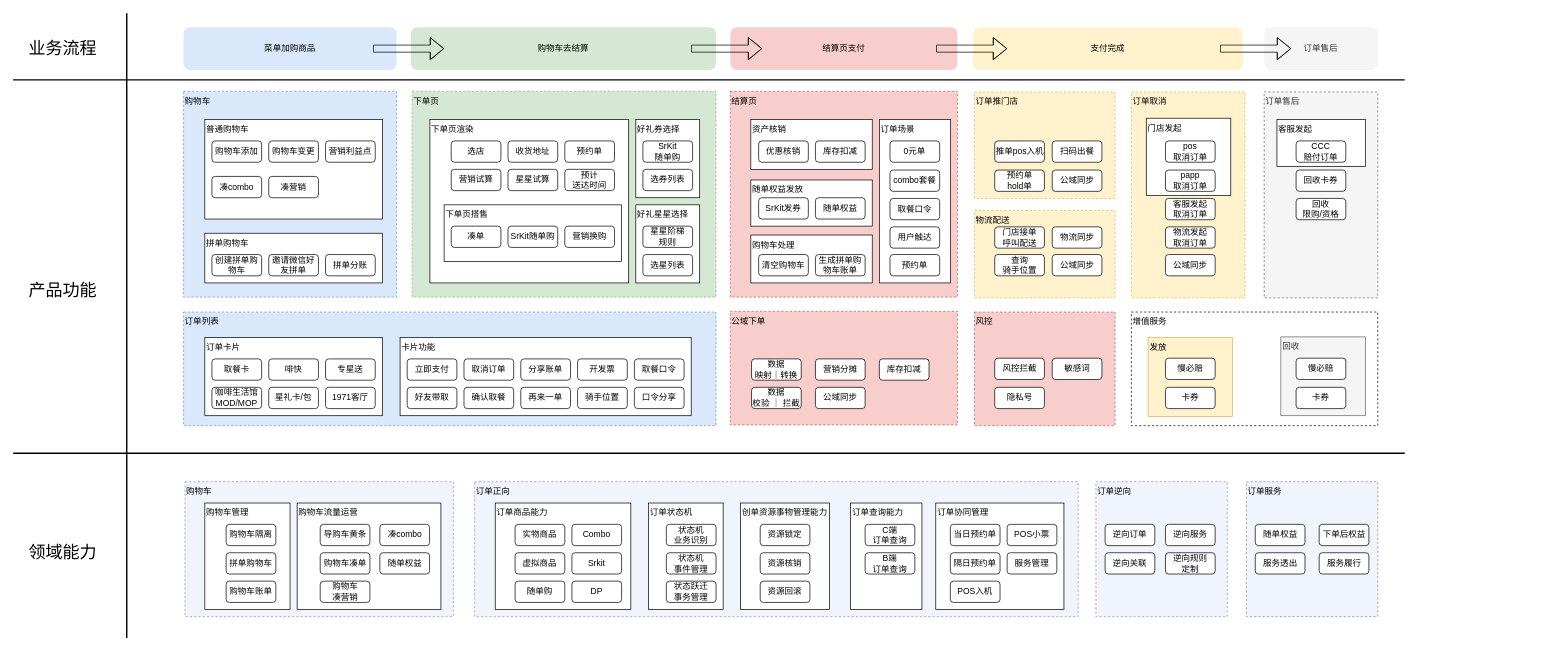
The draw.io diagram page "业务架构" (1 of 5) of OMS2.0业务架构.drawio in alexzhang2015/PC2.0, before the edit. Source tidied: cells renumbered, new cells numbered last; positions are measured from the earlier drawing's top-left corner, leaving out a move shared by most shapes. Both pictures are drawn from the tidied source at 71%, with x=0, y=0 at pixel (13, 13).
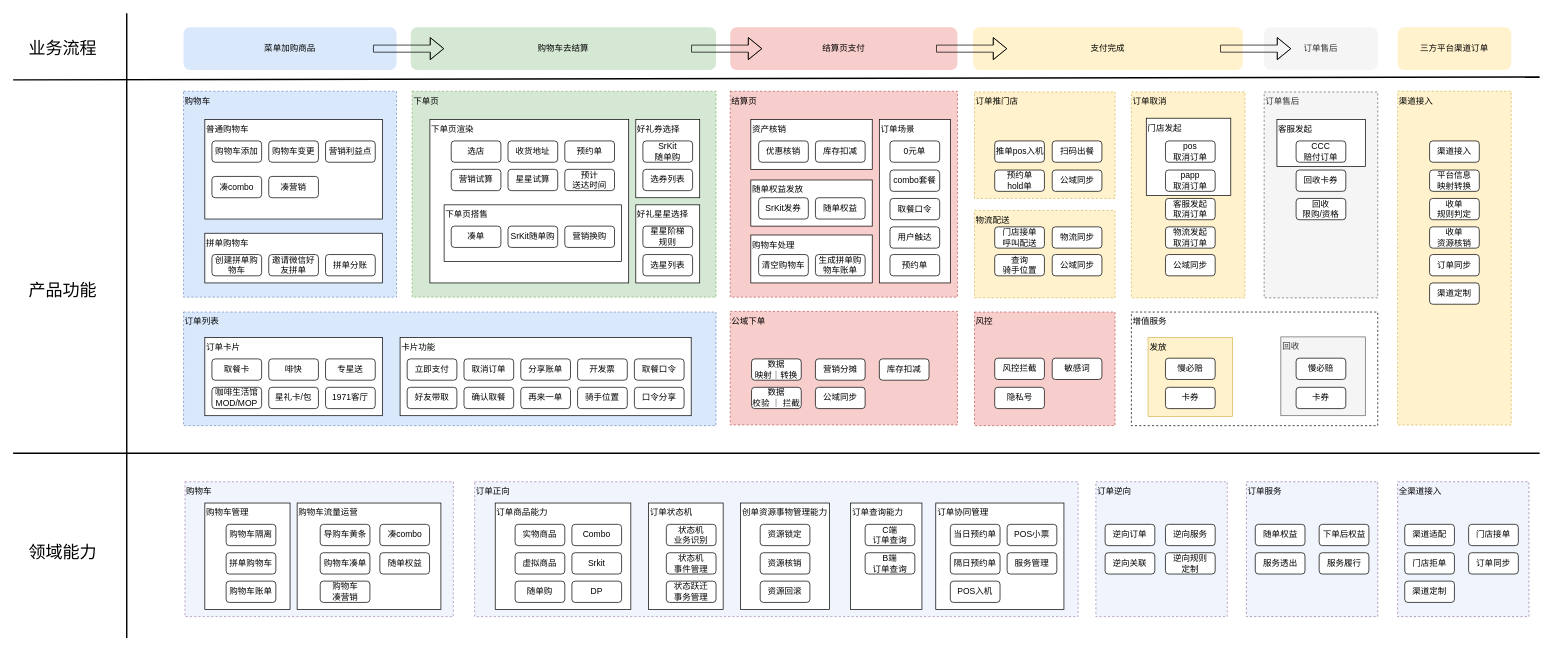
The same diagram, later.

Diff of the diagram source:
```diff
@@
     <mxCell id="146" style="endArrow=none;html=1;rounded=0;strokeWidth=2;" parent="1" edge="1">
       <mxGeometry relative="1" as="geometry">
         <mxPoint y="620" as="sourcePoint" />
-        <mxPoint x="1960" y="620" as="targetPoint" />
+        <mxPoint x="2150" y="620" as="targetPoint" />
       </mxGeometry>
     </mxCell>
@@
     <mxCell id="149" style="endArrow=none;html=1;rounded=0;strokeWidth=2;" parent="1" edge="1">
       <mxGeometry relative="1" as="geometry">
         <mxPoint y="94" as="sourcePoint" />
-        <mxPoint x="1960" y="94" as="targetPoint" />
+        <mxPoint x="2150" y="90" as="targetPoint" />
       </mxGeometry>
     </mxCell>
@@
+    <mxCell id="166" value="三方平台渠道订单" style="rounded=1;whiteSpace=wrap;html=1;strokeColor=none;fillColor=#fff2cc;" parent="1" vertex="1">
+      <mxGeometry x="1950" y="20" width="160" height="60" as="geometry" />
+    </mxCell>
+    <mxCell id="167" value="渠道接入" style="rounded=0;whiteSpace=wrap;html=1;verticalAlign=top;dashed=1;labelPosition=center;verticalLabelPosition=middle;align=left;spacingRight=0;shadow=0;glass=0;horizontal=1;fillColor=#fff2cc;strokeColor=#d6b656;" parent="1" vertex="1">
+      <mxGeometry x="1950" y="110" width="160" height="470" as="geometry" />
+    </mxCell>
+    <mxCell id="168" value="全渠道接入" style="rounded=0;whiteSpace=wrap;html=1;align=left;verticalAlign=top;dashed=1;fillColor=#F0F4FC;strokeColor=#9673a6;fillStyle=auto;" parent="1" vertex="1">
+      <mxGeometry x="1950" y="660" width="185" height="190" as="geometry" />
+    </mxCell>
+    <mxCell id="169" value="渠道适配" style="rounded=1;whiteSpace=wrap;html=1;" parent="1" vertex="1">
+      <mxGeometry x="1960" y="720" width="70" height="30" as="geometry" />
+    </mxCell>
+    <mxCell id="170" value="门店接单" style="rounded=1;whiteSpace=wrap;html=1;" parent="1" vertex="1">
+      <mxGeometry x="2050" y="720" width="70" height="30" as="geometry" />
+    </mxCell>
+    <mxCell id="171" value="门店拒&lt;span style=&quot;background-color: initial;&quot;&gt;单&lt;/span&gt;" style="rounded=1;whiteSpace=wrap;html=1;" parent="1" vertex="1">
+      <mxGeometry x="1960" y="760" width="70" height="30" as="geometry" />
+    </mxCell>
+    <mxCell id="172" value="&lt;div&gt;订单&lt;span style=&quot;background-color: initial;&quot;&gt;同步&lt;/span&gt;&lt;/div&gt;" style="rounded=1;whiteSpace=wrap;html=1;" parent="1" vertex="1">
+      <mxGeometry x="2050" y="760" width="70" height="30" as="geometry" />
+    </mxCell>
+    <mxCell id="173" value="渠道接入" style="rounded=1;whiteSpace=wrap;html=1;" parent="1" vertex="1">
+      <mxGeometry x="1995" y="180" width="70" height="30" as="geometry" />
+    </mxCell>
+    <mxCell id="174" value="平台信息&lt;div&gt;映射转换&lt;/div&gt;" style="rounded=1;whiteSpace=wrap;html=1;" parent="1" vertex="1">
+      <mxGeometry x="1995" y="221" width="70" height="30" as="geometry" />
+    </mxCell>
+    <mxCell id="175" value="收单&lt;div&gt;规则判定&lt;/div&gt;" style="rounded=1;whiteSpace=wrap;html=1;" parent="1" vertex="1">
+      <mxGeometry x="1995" y="261" width="70" height="30" as="geometry" />
+    </mxCell>
+    <mxCell id="176" value="收单&lt;div&gt;资源核销&lt;/div&gt;" style="rounded=1;whiteSpace=wrap;html=1;" parent="1" vertex="1">
+      <mxGeometry x="1995" y="301" width="70" height="30" as="geometry" />
+    </mxCell>
+    <mxCell id="177" value="订单&lt;span style=&quot;background-color: initial;&quot;&gt;同步&lt;/span&gt;" style="rounded=1;whiteSpace=wrap;html=1;" parent="1" vertex="1">
+      <mxGeometry x="1995" y="340" width="70" height="30" as="geometry" />
+    </mxCell>
+    <mxCell id="178" value="渠道定制" style="rounded=1;whiteSpace=wrap;html=1;" parent="1" vertex="1">
+      <mxGeometry x="1995" y="380" width="70" height="30" as="geometry" />
+    </mxCell>
+    <mxCell id="179" value="渠道定制" style="rounded=1;whiteSpace=wrap;html=1;" parent="1" vertex="1">
+      <mxGeometry x="1960" y="800" width="70" height="30" as="geometry" />
+    </mxCell>
```
